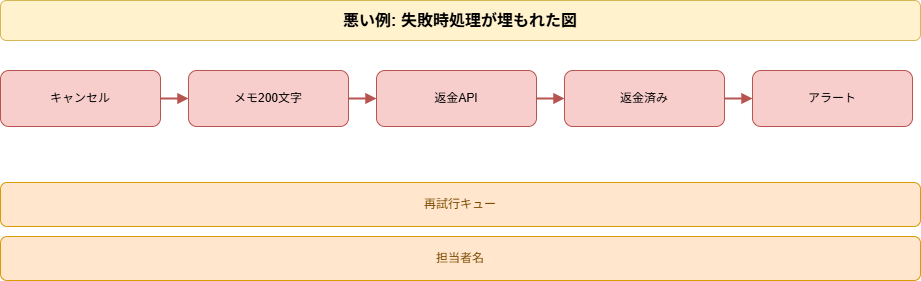
This is docs/zukai-drill/data/diagrams/easy-refund-flow_bad-diagram.drawio.png from kaku3/workbooks, a draw.io export, as it was before one commit. Source tidied: cells renumbered, new cells last; positions are measured from the earlier drawing's top-left corner, leaving out a move shared by most shapes.
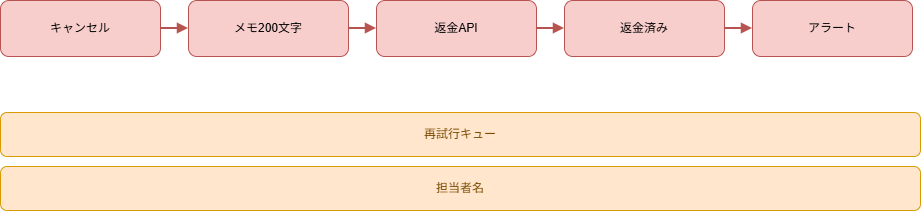
After the commit.

The edit, as a diff of the source:
```diff
@@ -2,9 +2,6 @@
   <root>
     <mxCell id="0" />
     <mxCell id="1" parent="0" />
-    <mxCell id="2" value="悪い例: 失敗時処理が埋もれた図" style="rounded=1;whiteSpace=wrap;html=1;fillColor=#fff2cc;strokeColor=#d6b656;fontSize=16;fontStyle=1;" parent="1" vertex="1">
-      <mxGeometry width="920" height="40" as="geometry" />
-    </mxCell>
     <mxCell id="3" value="キャンセル" style="rounded=1;whiteSpace=wrap;html=1;fillColor=#f8cecc;strokeColor=#b85450;" parent="1" vertex="1">
       <mxGeometry y="70" width="160" height="56" as="geometry" />
     </mxCell>
```
